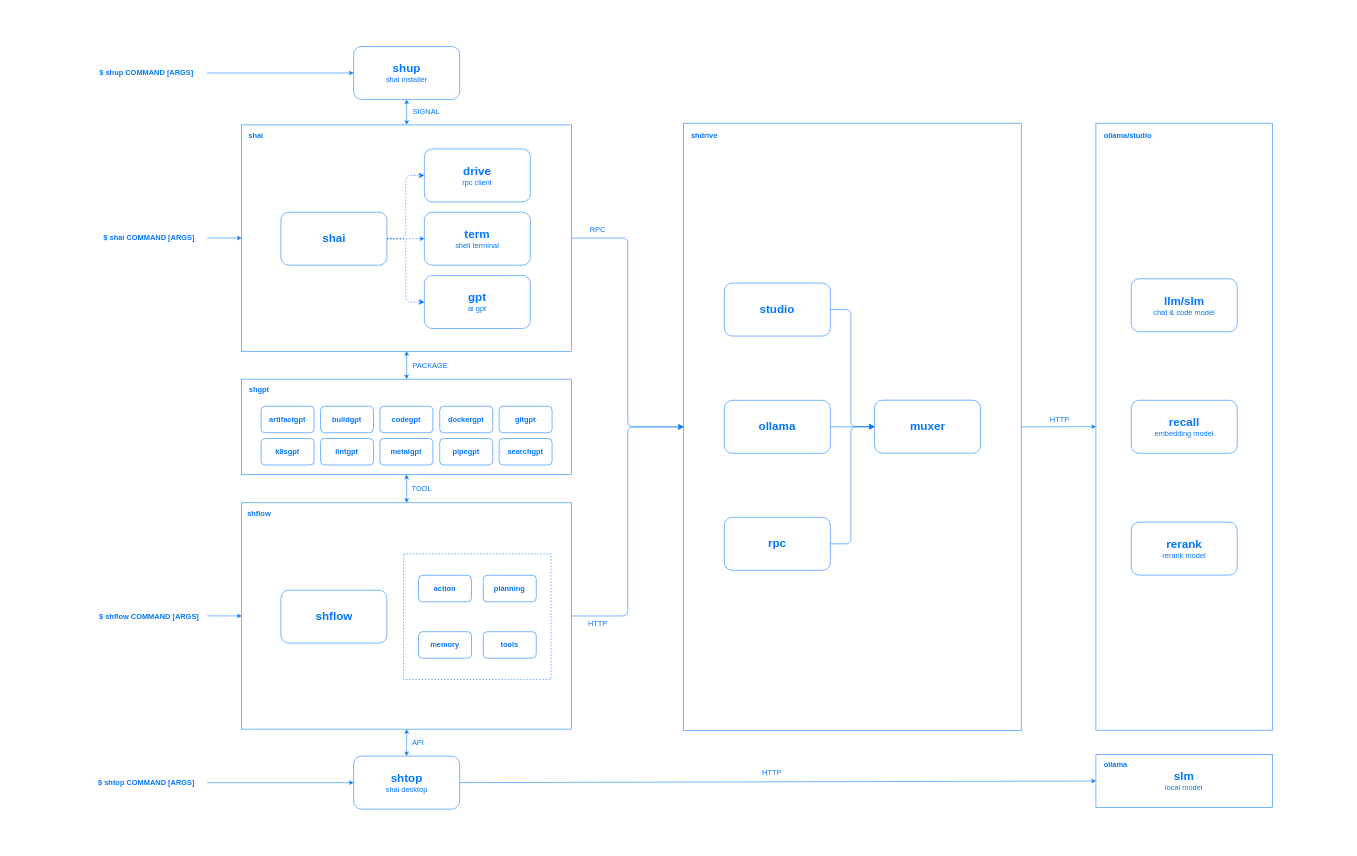
Before: arch.drawio in ai-flowx/.github, a draw.io diagram. Source tidied: cells renumbered, new cells numbered last; positions are measured from the earlier drawing's top-left corner, leaving out a move shared by most shapes. Both pictures are drawn from the tidied source at 53%, with x=0, y=0 at pixel (9, 8).
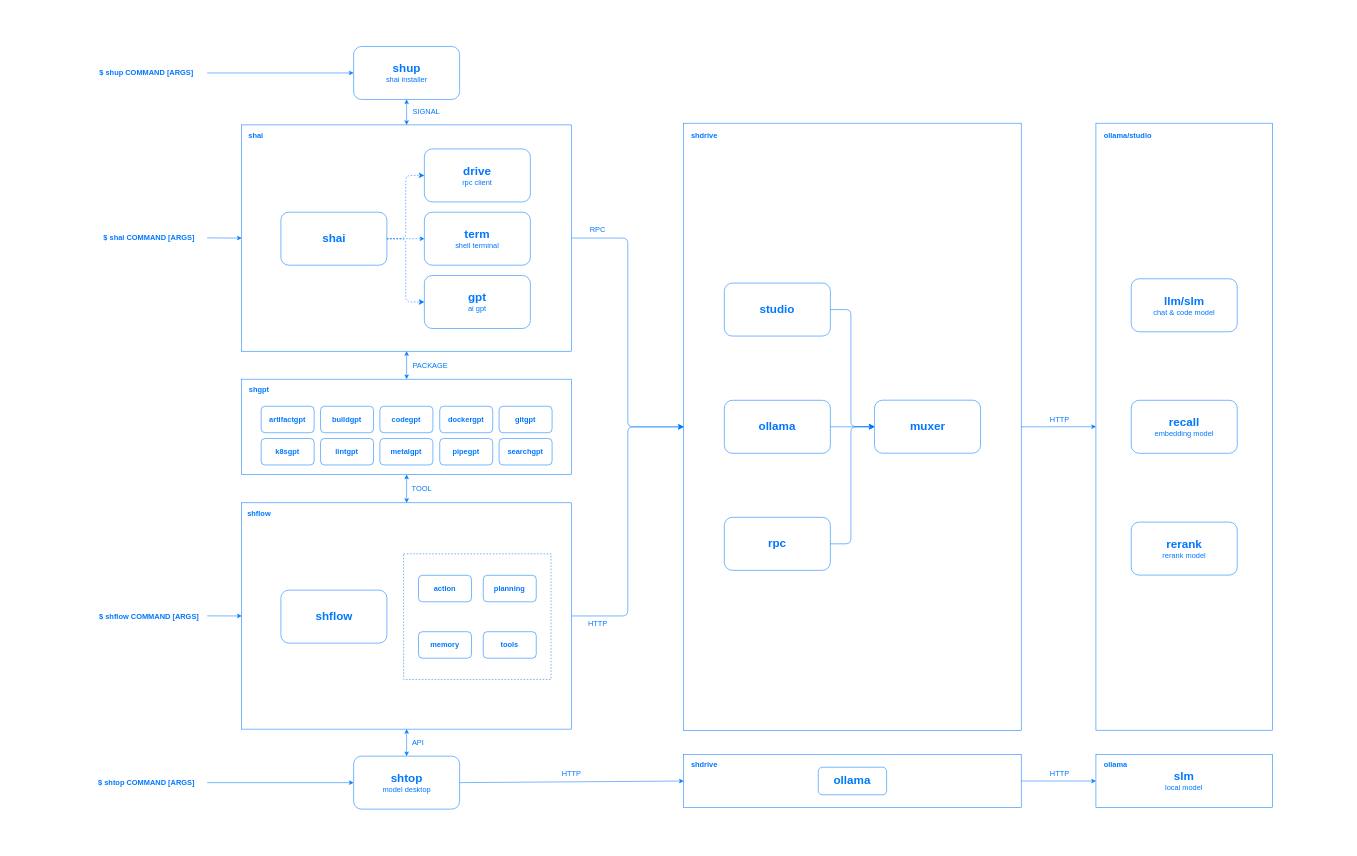
The same page after the edit.

Unchanged cells that the change refers to:
```xml
<mxCell id="67" value="&lt;span style=&quot;border-color: var(--border-color); color: rgb(0, 119, 255); font-weight: bold; font-size: 22px;&quot;&gt;slm&lt;/span&gt;&lt;br style=&quot;border-color: var(--border-color); color: rgb(0, 119, 255);&quot;&gt;&lt;font style=&quot;border-color: var(--border-color); color: rgb(0, 119, 255); font-size: 14px;&quot;&gt;local model&lt;/font&gt;&lt;font color=&quot;#0077ff&quot; style=&quot;&quot;&gt;&lt;br&gt;&lt;/font&gt;" style="rounded=0;whiteSpace=wrap;html=1;strokeColor=#0077FF;fillColor=none;shadow=0;" parent="1" vertex="1">
  <mxGeometry x="2050.3" y="1407.1" width="333.2" height="100" as="geometry" />
</mxCell>
```

Change to the diagram source:
```diff
@@
-    <mxCell id="63" value="&lt;font color=&quot;#0077ff&quot; style=&quot;&quot;&gt;&lt;span style=&quot;font-weight: bold; font-size: 22px;&quot;&gt;shtop&lt;/span&gt;&lt;br&gt;&lt;font style=&quot;font-size: 14px;&quot;&gt;shai desktop&lt;/font&gt;&lt;br&gt;&lt;/font&gt;" style="rounded=1;whiteSpace=wrap;html=1;strokeColor=#0077FF;fillColor=none;shadow=0;" parent="1" vertex="1">
+    <mxCell id="63" value="&lt;font color=&quot;#0077ff&quot; style=&quot;&quot;&gt;&lt;span style=&quot;font-weight: bold; font-size: 22px;&quot;&gt;shtop&lt;/span&gt;&lt;br&gt;&lt;font style=&quot;font-size: 14px;&quot;&gt;model desktop&lt;/font&gt;&lt;br&gt;&lt;/font&gt;" style="rounded=1;whiteSpace=wrap;html=1;strokeColor=#0077FF;fillColor=none;shadow=0;" parent="1" vertex="1">
       <mxGeometry x="649.7" y="1410.2" width="200" height="100" as="geometry" />
     </mxCell>
@@
-    <mxCell id="68" style="endArrow=classic;html=1;fontSize=14;fontColor=#0077FF;entryX=0;entryY=0.5;entryDx=0;entryDy=0;exitX=1;exitY=0.5;exitDx=0;exitDy=0;strokeColor=#0077FF;" parent="1" edge="1" source="63" target="67">
+    <mxCell id="68" style="endArrow=classic;html=1;fontSize=14;fontColor=#0077FF;entryX=0;entryY=0.5;entryDx=0;entryDy=0;exitX=1;exitY=0.5;exitDx=0;exitDy=0;strokeColor=#0077FF;" parent="1" edge="1" source="63" target="74">
       <mxGeometry relative="1" as="geometry" />
     </mxCell>
@@
     <mxCell id="70" value="&lt;span style=&quot;color: rgb(0, 119, 255); font-size: 14px;&quot;&gt;HTTP&lt;/span&gt;" style="text;html=1;strokeColor=none;fillColor=none;align=center;verticalAlign=middle;whiteSpace=wrap;rounded=0;" parent="1" vertex="1">
-      <mxGeometry x="1402.4" y="1427.1" width="74" height="30" as="geometry" />
+      <mxGeometry x="1024.2" y="1428" width="74" height="30" as="geometry" />
     </mxCell>
@@
+    <mxCell id="74" value="&lt;font color=&quot;#0077ff&quot; style=&quot;&quot;&gt;&lt;br&gt;&lt;/font&gt;" style="rounded=0;whiteSpace=wrap;html=1;strokeColor=#0077FF;fillColor=none;shadow=0;" parent="1" vertex="1">
+      <mxGeometry x="1272.5" y="1407.1" width="636.8" height="100" as="geometry" />
+    </mxCell>
+    <mxCell id="75" value="shdrive" style="text;strokeColor=none;fillColor=none;html=1;fontSize=14;fontStyle=1;verticalAlign=middle;align=center;rounded=0;shadow=0;fontColor=#0077FF;" parent="1" vertex="1">
+      <mxGeometry x="1272.5" y="1407.1" width="77.5" height="40" as="geometry" />
+    </mxCell>
+    <mxCell id="76" value="&lt;font color=&quot;#0077ff&quot; style=&quot;&quot;&gt;&lt;span style=&quot;font-size: 22px;&quot;&gt;&lt;b&gt;ollama&lt;/b&gt;&lt;/span&gt;&lt;br&gt;&lt;/font&gt;" style="rounded=1;whiteSpace=wrap;html=1;strokeColor=#0077FF;fillColor=none;shadow=0;" parent="1" vertex="1">
+      <mxGeometry x="1526.4" y="1431.1" width="129" height="52" as="geometry" />
+    </mxCell>
+    <mxCell id="77" value="&lt;span style=&quot;color: rgb(0, 119, 255); font-size: 14px;&quot;&gt;HTTP&lt;/span&gt;" style="text;html=1;strokeColor=none;fillColor=none;align=center;verticalAlign=middle;whiteSpace=wrap;rounded=0;" parent="1" vertex="1">
+      <mxGeometry x="1945.3" y="1428" width="74" height="30" as="geometry" />
+    </mxCell>
+    <mxCell id="78" style="endArrow=classic;html=1;fontSize=14;fontColor=#0077FF;entryX=0;entryY=0.5;entryDx=0;entryDy=0;exitX=1;exitY=0.5;exitDx=0;exitDy=0;strokeColor=#0077FF;" parent="1" edge="1" source="74" target="67">
+      <mxGeometry relative="1" as="geometry" />
+    </mxCell>
```
